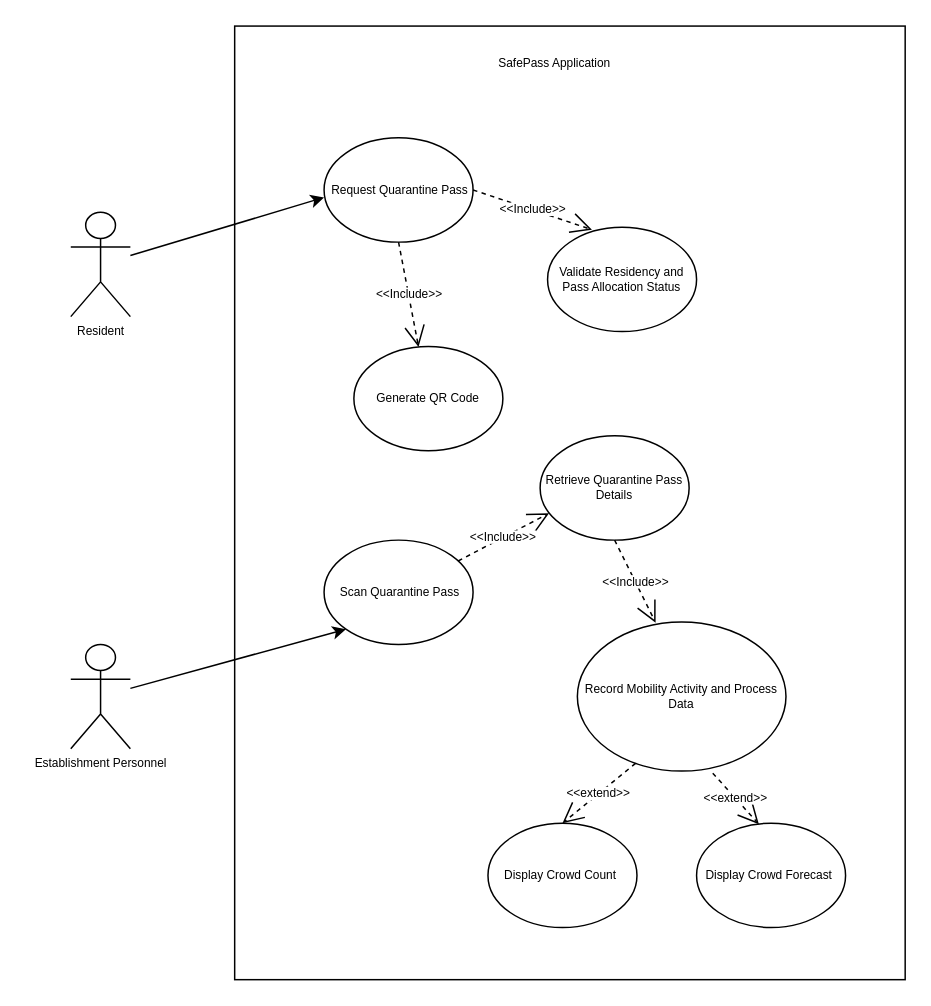
This is page "Page-3" (3 of 9) of joane/Diagram Drafts.drawio from jengfad/capstone, a draw.io file, before an edit. Source tidied: cells renumbered, new cells numbered last; positions are measured from the earlier drawing's top-left corner, leaving out a move shared by most shapes. Both pictures are drawn from the tidied source at 149%, with x=0, y=0 at pixel (25, 25).
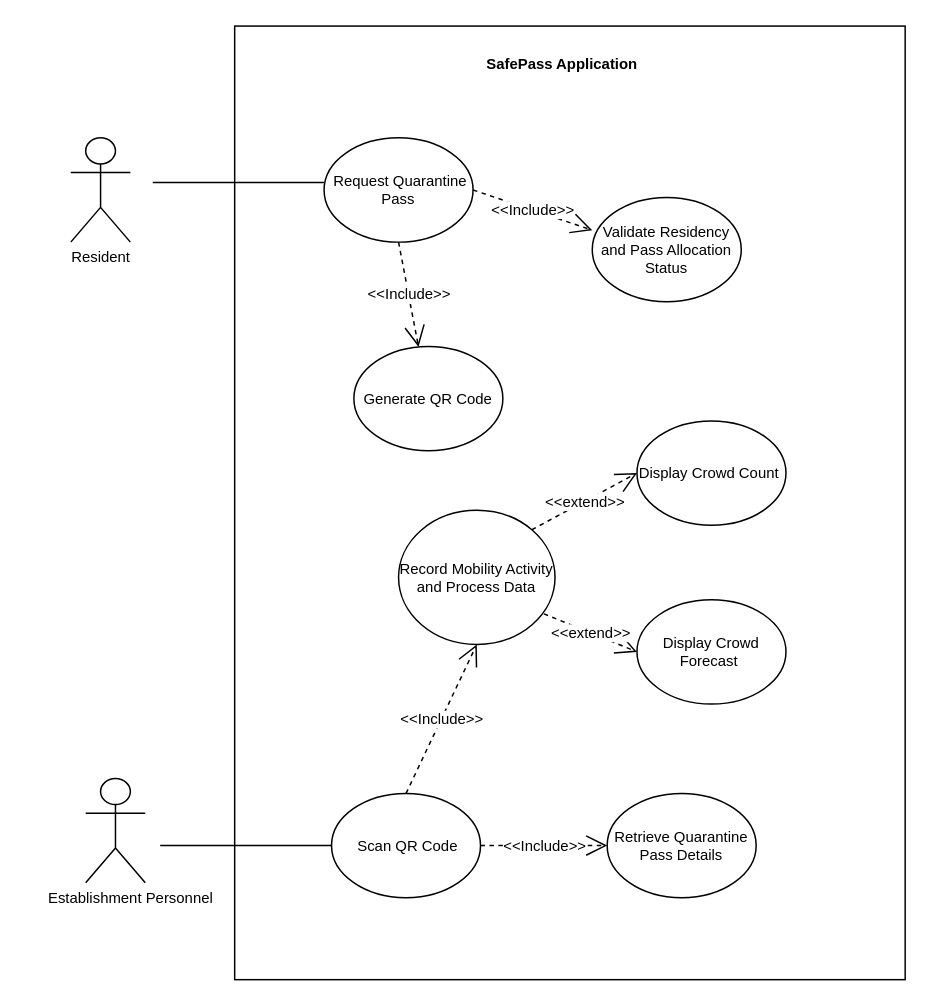
After the change.

Diff of the diagram source:
```diff
@@
-    <mxCell id="2" style="html=1;fontSize=8;" parent="1" vertex="1">
+    <mxCell id="2" style="html=1;fontSize=10;" parent="1" vertex="1">
       <mxGeometry x="140" width="450" height="640" as="geometry" />
     </mxCell>
-    <mxCell id="3" style="shape=umlActor;verticalLabelPosition=bottom;verticalAlign=top;html=1;outlineConnect=0;fontSize=8;" parent="1" vertex="1">
-      <mxGeometry x="30" y="415" width="40" height="70" as="geometry" />
+    <mxCell id="3" style="shape=umlActor;verticalLabelPosition=bottom;verticalAlign=top;html=1;outlineConnect=0;fontSize=10;" parent="1" vertex="1">
+      <mxGeometry x="40" y="505" width="40" height="70" as="geometry" />
     </mxCell>
-    <mxCell id="4" style="shape=umlActor;verticalLabelPosition=bottom;verticalAlign=top;html=1;outlineConnect=0;fontSize=8;" parent="1" vertex="1">
-      <mxGeometry x="30" y="125" width="40" height="70" as="geometry" />
+    <mxCell id="4" style="shape=umlActor;verticalLabelPosition=bottom;verticalAlign=top;html=1;outlineConnect=0;fontSize=10;" parent="1" vertex="1">
+      <mxGeometry x="30" y="75" width="40" height="70" as="geometry" />
     </mxCell>
-    <mxCell id="5" value="Resident" style="text;html=1;align=center;verticalAlign=middle;strokeColor=none;fontSize=8;" parent="1" vertex="1">
-      <mxGeometry x="25" y="195" width="50" height="20" as="geometry" />
+    <mxCell id="5" value="Resident" style="text;html=1;align=center;verticalAlign=middle;strokeColor=none;fontSize=10;" parent="1" vertex="1">
+      <mxGeometry x="25" y="145" width="50" height="20" as="geometry" />
     </mxCell>
-    <mxCell id="6" value="Establishment Personnel" style="text;html=1;align=center;verticalAlign=middle;strokeColor=none;fontSize=8;" parent="1" vertex="1">
-      <mxGeometry y="485" width="100" height="20" as="geometry" />
+    <mxCell id="6" value="Establishment Personnel" style="text;html=1;align=center;verticalAlign=middle;strokeColor=none;fontSize=10;" parent="1" vertex="1">
+      <mxGeometry x="5" y="575" width="130" height="20" as="geometry" />
     </mxCell>
-    <mxCell id="7" value="&amp;nbsp;Request Quarantine Pass" style="ellipse;whiteSpace=wrap;html=1;fontSize=8;" parent="1" vertex="1">
+    <mxCell id="7" value="&amp;nbsp;Request Quarantine Pass" style="ellipse;whiteSpace=wrap;html=1;fontSize=10;" parent="1" vertex="1">
       <mxGeometry x="200" y="75" width="100" height="70" as="geometry" />
     </mxCell>
-    <mxCell id="8" value="SafePass Application" style="text;html=1;strokeColor=none;fillColor=none;align=center;verticalAlign=middle;whiteSpace=wrap;rounded=0;fontSize=8;" parent="1" vertex="1">
-      <mxGeometry x="265" y="15" width="180" height="20" as="geometry" />
+    <mxCell id="8" value="&lt;b&gt;SafePass Application&lt;/b&gt;" style="text;html=1;strokeColor=none;fillColor=none;align=center;verticalAlign=middle;whiteSpace=wrap;rounded=0;fontSize=10;" parent="1" vertex="1">
+      <mxGeometry x="270" y="15" width="180" height="20" as="geometry" />
     </mxCell>
-    <mxCell id="9" value="Validate Residency and Pass Allocation Status" style="ellipse;whiteSpace=wrap;html=1;fontSize=8;" parent="1" vertex="1">
-      <mxGeometry x="350" y="135" width="100" height="70" as="geometry" />
+    <mxCell id="9" value="Validate Residency and Pass Allocation Status" style="ellipse;whiteSpace=wrap;html=1;fontSize=10;" parent="1" vertex="1">
+      <mxGeometry x="380" y="115" width="100" height="70" as="geometry" />
     </mxCell>
-    <mxCell id="10" value="&amp;lt;&amp;lt;Include&amp;gt;&amp;gt;" style="endArrow=open;endSize=12;dashed=1;html=1;fontSize=8;exitX=1;exitY=0.5;exitDx=0;exitDy=0;entryX=0.298;entryY=0.024;entryDx=0;entryDy=0;entryPerimeter=0;" parent="1" edge="1" source="7" target="9">
+    <mxCell id="10" value="&amp;lt;&amp;lt;Include&amp;gt;&amp;gt;" style="endArrow=open;endSize=12;dashed=1;html=1;fontSize=10;exitX=1;exitY=0.5;exitDx=0;exitDy=0;entryX=0;entryY=0.314;entryDx=0;entryDy=0;entryPerimeter=0;" parent="1" edge="1" source="7" target="9">
       <mxGeometry relative="1" as="geometry" />
     </mxCell>
-    <mxCell id="11" value="&amp;nbsp;Scan Quarantine Pass" style="ellipse;whiteSpace=wrap;html=1;fontSize=8;" parent="1" vertex="1">
-      <mxGeometry x="200" y="345" width="100" height="70" as="geometry" />
+    <mxCell id="11" value="&amp;nbsp;Scan QR Code" style="ellipse;whiteSpace=wrap;html=1;fontSize=10;" parent="1" vertex="1">
+      <mxGeometry x="205" y="515" width="100" height="70" as="geometry" />
     </mxCell>
-    <mxCell id="12" style="endArrow=classic;html=1;fontSize=8;" parent="1" edge="1" source="4">
-      <mxGeometry relative="1" as="geometry">
-        <mxPoint x="200" y="115" as="targetPoint" />
-      </mxGeometry>
-    </mxCell>
-    <mxCell id="13" style="endArrow=classic;html=1;fontSize=8;entryX=0;entryY=1;entryDx=0;entryDy=0;" parent="1" edge="1" source="3" target="11">
-      <mxGeometry relative="1" as="geometry" />
-    </mxCell>
-    <mxCell id="14" value="Record Mobility Activity and Process Data" style="ellipse;whiteSpace=wrap;html=1;fontSize=8;" parent="1" vertex="1">
-      <mxGeometry x="370" y="400" width="140" height="100" as="geometry" />
+    <mxCell id="14" value="Record Mobility Activity and Process Data" style="ellipse;whiteSpace=wrap;html=1;fontSize=10;" parent="1" vertex="1">
+      <mxGeometry x="250" y="325" width="105" height="90" as="geometry" />
     </mxCell>
-    <mxCell id="15" value="&amp;lt;&amp;lt;Include&amp;gt;&amp;gt;" style="endArrow=open;endSize=12;dashed=1;html=1;fontSize=8;exitX=1;exitY=0.5;exitDx=0;exitDy=0;" parent="1" edge="1" target="16">
+    <mxCell id="15" value="&amp;lt;&amp;lt;Include&amp;gt;&amp;gt;" style="endArrow=open;endSize=12;dashed=1;html=1;fontSize=10;exitX=1;exitY=0.5;exitDx=0;exitDy=0;" parent="1" edge="1" target="16">
       <mxGeometry relative="1" as="geometry">
         <mxPoint x="250" y="145" as="sourcePoint" />
       </mxGeometry>
     </mxCell>
-    <mxCell id="16" value="Generate QR Code" style="ellipse;whiteSpace=wrap;html=1;fontSize=8;" parent="1" vertex="1">
+    <mxCell id="16" value="Generate QR Code" style="ellipse;whiteSpace=wrap;html=1;fontSize=10;" parent="1" vertex="1">
       <mxGeometry x="220" y="215" width="100" height="70" as="geometry" />
     </mxCell>
-    <mxCell id="17" value="&amp;lt;&amp;lt;Include&amp;gt;&amp;gt;" style="endArrow=open;endSize=12;dashed=1;html=1;fontSize=8;entryX=0.06;entryY=0.742;entryDx=0;entryDy=0;entryPerimeter=0;" parent="1" edge="1" source="11" target="22">
+    <mxCell id="17" value="&amp;lt;&amp;lt;Include&amp;gt;&amp;gt;" style="endArrow=open;endSize=12;dashed=1;html=1;fontSize=10;entryX=0;entryY=0.5;entryDx=0;entryDy=0;" parent="1" edge="1" source="11" target="22">
       <mxGeometry relative="1" as="geometry" />
     </mxCell>
-    <mxCell id="18" value="Display Crowd Count&amp;nbsp;" style="ellipse;whiteSpace=wrap;html=1;fontSize=8;" parent="1" vertex="1">
-      <mxGeometry x="310" y="535" width="100" height="70" as="geometry" />
+    <mxCell id="18" value="Display Crowd Count&amp;nbsp;" style="ellipse;whiteSpace=wrap;html=1;fontSize=10;" parent="1" vertex="1">
+      <mxGeometry x="410" y="265" width="100" height="70" as="geometry" />
     </mxCell>
-    <mxCell id="19" value="Display Crowd Forecast&amp;nbsp;" style="ellipse;whiteSpace=wrap;html=1;fontSize=8;" parent="1" vertex="1">
-      <mxGeometry x="450" y="535" width="100" height="70" as="geometry" />
+    <mxCell id="19" value="Display Crowd Forecast&amp;nbsp;" style="ellipse;whiteSpace=wrap;html=1;fontSize=10;" parent="1" vertex="1">
+      <mxGeometry x="410" y="385" width="100" height="70" as="geometry" />
     </mxCell>
-    <mxCell id="20" value="&amp;lt;&amp;lt;extend&amp;gt;&amp;gt;" style="endArrow=open;endSize=12;dashed=1;html=1;fontSize=8;exitX=0.649;exitY=1.014;exitDx=0;exitDy=0;entryX=0.418;entryY=0.009;entryDx=0;entryDy=0;entryPerimeter=0;exitPerimeter=0;" parent="1" edge="1" source="14" target="19">
+    <mxCell id="20" value="&amp;lt;&amp;lt;extend&amp;gt;&amp;gt;" style="endArrow=open;endSize=12;dashed=1;html=1;fontSize=10;exitX=0.929;exitY=0.772;exitDx=0;exitDy=0;entryX=0;entryY=0.5;entryDx=0;entryDy=0;exitPerimeter=0;" parent="1" edge="1" source="14" target="19">
       <mxGeometry relative="1" as="geometry" />
     </mxCell>
-    <mxCell id="21" value="&amp;lt;&amp;lt;extend&amp;gt;&amp;gt;" style="endArrow=open;endSize=12;dashed=1;html=1;fontSize=8;exitX=0.279;exitY=0.948;exitDx=0;exitDy=0;exitPerimeter=0;entryX=0.5;entryY=0;entryDx=0;entryDy=0;" parent="1" edge="1" source="14" target="18">
+    <mxCell id="21" value="&amp;lt;&amp;lt;extend&amp;gt;&amp;gt;" style="endArrow=open;endSize=12;dashed=1;html=1;fontSize=10;entryX=0;entryY=0.5;entryDx=0;entryDy=0;exitX=1;exitY=0;exitDx=0;exitDy=0;" parent="1" edge="1" source="14" target="18">
       <mxGeometry relative="1" as="geometry" />
     </mxCell>
-    <mxCell id="22" value="Retrieve Quarantine Pass Details" style="ellipse;whiteSpace=wrap;html=1;fontSize=8;" parent="1" vertex="1">
-      <mxGeometry x="345" y="275" width="100" height="70" as="geometry" />
+    <mxCell id="22" value="Retrieve Quarantine Pass Details" style="ellipse;whiteSpace=wrap;html=1;fontSize=10;" parent="1" vertex="1">
+      <mxGeometry x="390" y="515" width="100" height="70" as="geometry" />
     </mxCell>
-    <mxCell id="23" value="&amp;lt;&amp;lt;Include&amp;gt;&amp;gt;" style="endArrow=open;endSize=12;dashed=1;html=1;fontSize=8;entryX=0.375;entryY=0.004;entryDx=0;entryDy=0;entryPerimeter=0;exitX=0.5;exitY=1;exitDx=0;exitDy=0;" parent="1" edge="1" source="22" target="14">
+    <mxCell id="23" value="&amp;lt;&amp;lt;Include&amp;gt;&amp;gt;" style="endArrow=open;endSize=12;dashed=1;html=1;fontSize=10;entryX=0.5;entryY=1;entryDx=0;entryDy=0;exitX=0.5;exitY=0;exitDx=0;exitDy=0;" parent="1" edge="1" source="11" target="14">
       <mxGeometry relative="1" as="geometry" />
     </mxCell>
+    <mxCell id="24" style="endArrow=none;html=1;fontSize=10;entryX=0;entryY=0.5;entryDx=0;entryDy=0;" parent="1" edge="1" target="11">
+      <mxGeometry relative="1" as="geometry">
+        <mxPoint x="90" y="550" as="sourcePoint" />
+      </mxGeometry>
+    </mxCell>
+    <mxCell id="25" style="endArrow=none;html=1;fontSize=10;entryX=0;entryY=0.5;entryDx=0;entryDy=0;" parent="1" edge="1">
+      <mxGeometry relative="1" as="geometry">
+        <mxPoint x="85" y="105" as="sourcePoint" />
+        <mxPoint x="200" y="105" as="targetPoint" />
+      </mxGeometry>
+    </mxCell>
```
